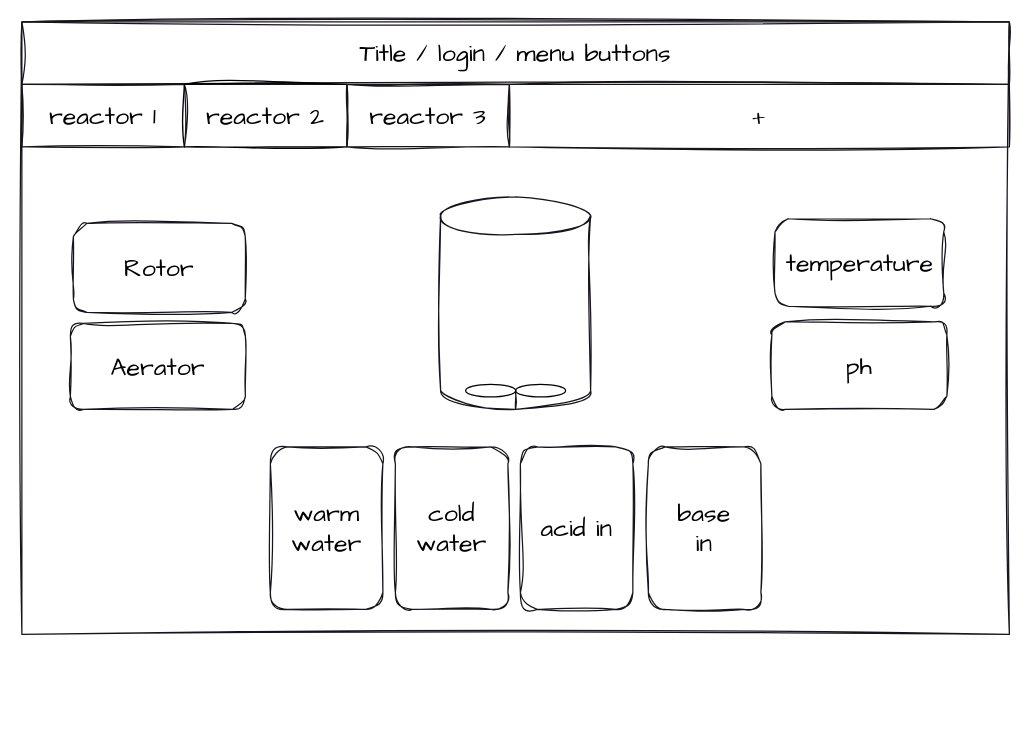
The draw.io diagram blueprints/websiteDesign.drawio in MelcherMate/Bioversee_Webapp, before the edit. Source tidied: cells renumbered, new cells numbered last; positions are measured from the earlier drawing's top-left corner, leaving out a move shared by most shapes. Both pictures are drawn from the tidied source at 125%, with x=0, y=0 at pixel (21, 21).
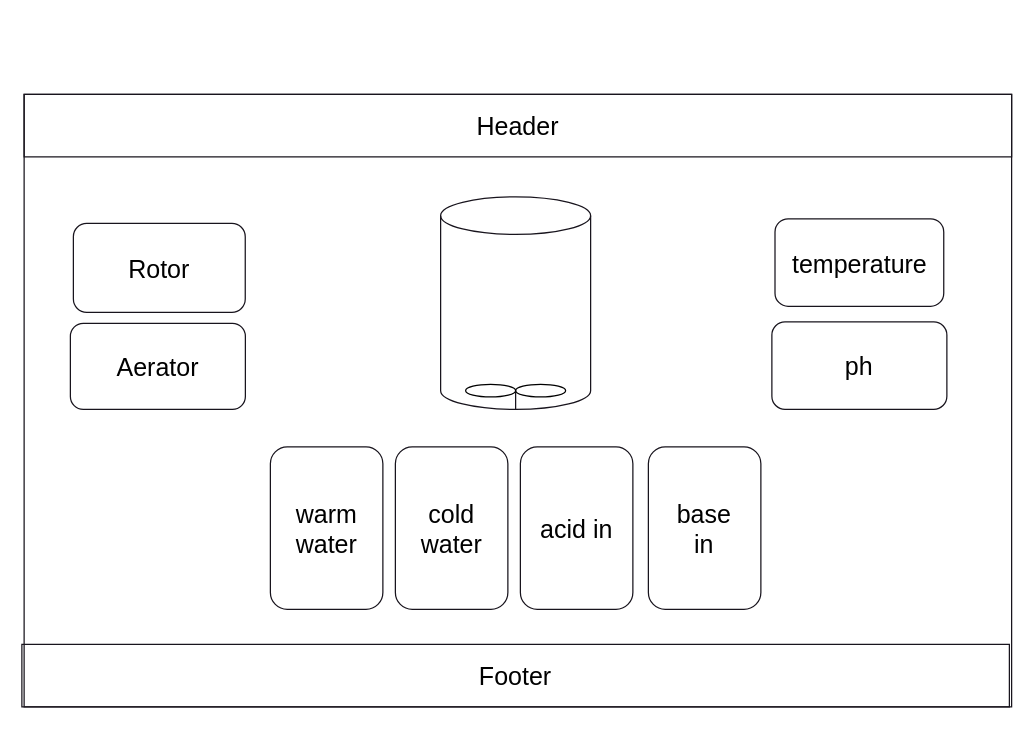
After the change.

Diff of the diagram source:
```diff
@@
-    <mxCell id="2" style="rounded=0;whiteSpace=wrap;html=1;hachureGap=4;fontFamily=Architects Daughter;fontSize=20;glass=0;shadow=0;fillColor=none;strokeColor=#18141d;sketch=1;curveFitting=1;jiggle=2;strokeWidth=1;" parent="1" vertex="1">
-      <mxGeometry width="790" height="490" as="geometry" />
+    <mxCell id="2" style="rounded=0;whiteSpace=wrap;html=1;hachureGap=4;fontFamily=Helvetica;fontSize=20;glass=0;shadow=0;fillColor=none;strokeColor=#18141d;strokeWidth=1;" parent="1" vertex="1">
+      <mxGeometry x="1.8" y="58" width="790" height="490" as="geometry" />
     </mxCell>
-    <mxCell id="3" style="shape=cylinder3;whiteSpace=wrap;html=1;boundedLbl=1;backgroundOutline=1;size=15;hachureGap=4;fontFamily=Architects Daughter;fontSize=20;fillColor=none;strokeColor=#18141d;shadow=0;sketch=1;curveFitting=1;jiggle=2;strokeWidth=1;" parent="1" vertex="1">
+    <mxCell id="3" style="shape=cylinder3;whiteSpace=wrap;html=1;boundedLbl=1;backgroundOutline=1;size=15;hachureGap=4;fontFamily=Helvetica;fontSize=20;fillColor=none;strokeColor=#18141d;shadow=0;strokeWidth=1;" parent="1" vertex="1">
       <mxGeometry x="335" y="140" width="120" height="170" as="geometry" />
     </mxCell>
-    <mxCell id="4" style="rounded=1;whiteSpace=wrap;html=1;hachureGap=4;fontFamily=Architects Daughter;fontSize=20;rotation=270;strokeColor=#18141d;shadow=0;sketch=1;curveFitting=1;jiggle=2;strokeWidth=1;fillColor=none;" parent="1" vertex="1">
+    <mxCell id="4" style="rounded=1;whiteSpace=wrap;html=1;hachureGap=4;fontFamily=Helvetica;fontSize=20;rotation=270;strokeColor=#18141d;shadow=0;strokeWidth=1;fillColor=none;" parent="1" vertex="1">
       <mxGeometry x="178.8" y="360" width="130" height="90" as="geometry" />
     </mxCell>
-    <mxCell id="5" style="rounded=1;whiteSpace=wrap;html=1;hachureGap=4;fontFamily=Architects Daughter;fontSize=20;rotation=270;strokeColor=#18141d;shadow=0;sketch=1;curveFitting=1;jiggle=2;strokeWidth=1;fillColor=none;" parent="1" vertex="1">
+    <mxCell id="5" style="rounded=1;whiteSpace=wrap;html=1;hachureGap=4;fontFamily=Helvetica;fontSize=20;rotation=270;strokeColor=#18141d;shadow=0;strokeWidth=1;fillColor=none;" parent="1" vertex="1">
       <mxGeometry x="278.8" y="360" width="130" height="90" as="geometry" />
     </mxCell>
-    <mxCell id="6" style="rounded=1;whiteSpace=wrap;html=1;hachureGap=4;fontFamily=Architects Daughter;fontSize=20;rotation=270;strokeColor=#18141d;shadow=0;sketch=1;curveFitting=1;jiggle=2;strokeWidth=1;fillColor=none;" parent="1" vertex="1">
+    <mxCell id="6" style="rounded=1;whiteSpace=wrap;html=1;hachureGap=4;fontFamily=Helvetica;fontSize=20;rotation=270;strokeColor=#18141d;shadow=0;strokeWidth=1;fillColor=none;" parent="1" vertex="1">
       <mxGeometry x="378.8" y="360" width="130" height="90" as="geometry" />
     </mxCell>
-    <mxCell id="7" style="rounded=1;whiteSpace=wrap;html=1;hachureGap=4;fontFamily=Architects Daughter;fontSize=20;rotation=270;strokeColor=#18141d;shadow=0;sketch=1;curveFitting=1;jiggle=2;strokeWidth=1;fillColor=none;" parent="1" vertex="1">
+    <mxCell id="7" style="rounded=1;whiteSpace=wrap;html=1;hachureGap=4;fontFamily=Helvetica;fontSize=20;rotation=270;strokeColor=#18141d;shadow=0;strokeWidth=1;fillColor=none;" parent="1" vertex="1">
       <mxGeometry x="481.2" y="360" width="130" height="90" as="geometry" />
     </mxCell>
-    <mxCell id="8" value="&lt;font color=&quot;#000000&quot;&gt;warm water&lt;/font&gt;" style="text;html=1;strokeColor=none;fillColor=none;align=center;verticalAlign=middle;whiteSpace=wrap;rounded=0;hachureGap=4;fontFamily=Architects Daughter;fontSize=20;shadow=0;sketch=1;curveFitting=1;jiggle=2;strokeWidth=1;" parent="1" vertex="1">
+    <mxCell id="8" value="&lt;font color=&quot;#000000&quot;&gt;warm water&lt;/font&gt;" style="text;html=1;strokeColor=none;fillColor=none;align=center;verticalAlign=middle;whiteSpace=wrap;rounded=0;hachureGap=4;fontFamily=Helvetica;fontSize=20;shadow=0;strokeWidth=1;" parent="1" vertex="1">
       <mxGeometry x="213.8" y="390" width="60" height="30" as="geometry" />
     </mxCell>
-    <mxCell id="9" value="&lt;font color=&quot;#000000&quot;&gt;cold water&lt;/font&gt;" style="text;html=1;strokeColor=none;fillColor=none;align=center;verticalAlign=middle;whiteSpace=wrap;rounded=0;hachureGap=4;fontFamily=Architects Daughter;fontSize=20;shadow=0;sketch=1;curveFitting=1;jiggle=2;strokeWidth=1;" parent="1" vertex="1">
+    <mxCell id="9" value="&lt;font color=&quot;#000000&quot;&gt;cold water&lt;/font&gt;" style="text;html=1;strokeColor=none;fillColor=none;align=center;verticalAlign=middle;whiteSpace=wrap;rounded=0;hachureGap=4;fontFamily=Helvetica;fontSize=20;shadow=0;strokeWidth=1;" parent="1" vertex="1">
       <mxGeometry x="313.8" y="390" width="60" height="30" as="geometry" />
     </mxCell>
-    <mxCell id="10" value="&lt;font color=&quot;#000000&quot;&gt;acid in&lt;/font&gt;" style="text;html=1;strokeColor=none;fillColor=none;align=center;verticalAlign=middle;whiteSpace=wrap;rounded=0;hachureGap=4;fontFamily=Architects Daughter;fontSize=20;shadow=0;sketch=1;curveFitting=1;jiggle=2;strokeWidth=1;" parent="1" vertex="1">
+    <mxCell id="10" value="&lt;font color=&quot;#000000&quot;&gt;acid in&lt;/font&gt;" style="text;html=1;strokeColor=none;fillColor=none;align=center;verticalAlign=middle;whiteSpace=wrap;rounded=0;hachureGap=4;fontFamily=Helvetica;fontSize=20;shadow=0;strokeWidth=1;" parent="1" vertex="1">
       <mxGeometry x="413.8" y="390" width="60" height="30" as="geometry" />
     </mxCell>
-    <mxCell id="11" value="&lt;font color=&quot;#000000&quot;&gt;base in&lt;/font&gt;" style="text;html=1;strokeColor=none;fillColor=none;align=center;verticalAlign=middle;whiteSpace=wrap;rounded=0;hachureGap=4;fontFamily=Architects Daughter;fontSize=20;shadow=0;sketch=1;curveFitting=1;jiggle=2;strokeWidth=1;" parent="1" vertex="1">
+    <mxCell id="11" value="&lt;font color=&quot;#000000&quot;&gt;base in&lt;/font&gt;" style="text;html=1;strokeColor=none;fillColor=none;align=center;verticalAlign=middle;whiteSpace=wrap;rounded=0;hachureGap=4;fontFamily=Helvetica;fontSize=20;shadow=0;strokeWidth=1;" parent="1" vertex="1">
       <mxGeometry x="516.2" y="390" width="60" height="30" as="geometry" />
     </mxCell>
-    <mxCell id="12" value="&lt;font color=&quot;#000000&quot;&gt;temperature&lt;/font&gt;" style="rounded=1;whiteSpace=wrap;html=1;hachureGap=4;fontFamily=Architects Daughter;fontSize=20;strokeColor=#18141d;shadow=0;sketch=1;curveFitting=1;jiggle=2;strokeWidth=1;fillColor=none;" parent="1" vertex="1">
+    <mxCell id="12" value="&lt;font color=&quot;#000000&quot;&gt;temperature&lt;/font&gt;" style="rounded=1;whiteSpace=wrap;html=1;hachureGap=4;fontFamily=Helvetica;fontSize=20;strokeColor=#18141d;shadow=0;strokeWidth=1;fillColor=none;" parent="1" vertex="1">
       <mxGeometry x="602.5" y="157.5" width="135" height="70" as="geometry" />
     </mxCell>
-    <mxCell id="13" value="&lt;font color=&quot;#000000&quot;&gt;ph&lt;/font&gt;" style="rounded=1;whiteSpace=wrap;html=1;hachureGap=4;fontFamily=Architects Daughter;fontSize=20;strokeColor=#18141d;shadow=0;sketch=1;curveFitting=1;jiggle=2;strokeWidth=1;fillColor=none;" parent="1" vertex="1">
+    <mxCell id="13" value="&lt;font color=&quot;#000000&quot;&gt;ph&lt;/font&gt;" style="rounded=1;whiteSpace=wrap;html=1;hachureGap=4;fontFamily=Helvetica;fontSize=20;strokeColor=#18141d;shadow=0;strokeWidth=1;fillColor=none;" parent="1" vertex="1">
       <mxGeometry x="600" y="240" width="140" height="70" as="geometry" />
     </mxCell>
-    <mxCell id="14" value="&lt;font color=&quot;#000000&quot;&gt;Rotor&lt;/font&gt;" style="rounded=1;whiteSpace=wrap;html=1;hachureGap=4;fontFamily=Architects Daughter;fontSize=20;strokeColor=#18141d;shadow=0;sketch=1;curveFitting=1;jiggle=2;strokeWidth=1;fillColor=none;" parent="1" vertex="1">
+    <mxCell id="14" value="&lt;font color=&quot;#000000&quot;&gt;Rotor&lt;/font&gt;" style="rounded=1;whiteSpace=wrap;html=1;hachureGap=4;fontFamily=Helvetica;fontSize=20;strokeColor=#18141d;shadow=0;strokeWidth=1;fillColor=none;" parent="1" vertex="1">
       <mxGeometry x="41.2" y="161.2" width="137.5" height="71.2" as="geometry" />
     </mxCell>
-    <mxCell id="15" value="&lt;font color=&quot;#000000&quot;&gt;Aerator&lt;/font&gt;" style="rounded=1;whiteSpace=wrap;html=1;hachureGap=4;fontFamily=Architects Daughter;fontSize=20;strokeColor=#18141d;shadow=0;sketch=1;curveFitting=1;jiggle=2;strokeWidth=1;fillColor=none;" parent="1" vertex="1">
+    <mxCell id="15" value="&lt;font color=&quot;#000000&quot;&gt;Aerator&lt;/font&gt;" style="rounded=1;whiteSpace=wrap;html=1;hachureGap=4;fontFamily=Helvetica;fontSize=20;strokeColor=#18141d;shadow=0;strokeWidth=1;fillColor=none;" parent="1" vertex="1">
       <mxGeometry x="38.8" y="241.2" width="140" height="68.8" as="geometry" />
     </mxCell>
-    <mxCell id="16" value="&lt;font color=&quot;#000000&quot;&gt;Title / login / menu buttons&lt;/font&gt;" style="rounded=0;whiteSpace=wrap;html=1;hachureGap=4;fontFamily=Architects Daughter;fontSize=20;strokeColor=#18141d;shadow=0;sketch=1;curveFitting=1;jiggle=2;strokeWidth=1;fillColor=none;" parent="1" vertex="1">
-      <mxGeometry width="790" height="50" as="geometry" />
+    <mxCell id="16" value="&lt;font color=&quot;#000000&quot;&gt;Header&lt;/font&gt;" style="rounded=0;whiteSpace=wrap;html=1;hachureGap=4;fontFamily=Helvetica;fontSize=20;strokeColor=#18141d;shadow=0;strokeWidth=1;fillColor=none;" parent="1" vertex="1">
+      <mxGeometry x="1.8" y="58" width="790" height="50" as="geometry" />
     </mxCell>
-    <mxCell id="17" value="&lt;font color=&quot;#000000&quot;&gt;reactor 1&lt;/font&gt;" style="rounded=0;whiteSpace=wrap;html=1;hachureGap=4;fontFamily=Architects Daughter;fontSize=20;strokeColor=#18141d;shadow=0;sketch=1;curveFitting=1;jiggle=2;strokeWidth=1;fillColor=none;" parent="1" vertex="1">
-      <mxGeometry y="50" width="130" height="50" as="geometry" />
-    </mxCell>
-    <mxCell id="18" value="&lt;font color=&quot;#000000&quot;&gt;reactor 2&lt;/font&gt;" style="rounded=0;whiteSpace=wrap;html=1;hachureGap=4;fontFamily=Architects Daughter;fontSize=20;strokeColor=#000000;shadow=0;sketch=1;curveFitting=1;jiggle=2;strokeWidth=1;fillColor=none;" parent="1" vertex="1">
-      <mxGeometry x="130" y="50" width="130" height="50" as="geometry" />
-    </mxCell>
-    <mxCell id="19" value="&lt;font color=&quot;#000000&quot;&gt;reactor 3&lt;/font&gt;" style="rounded=0;whiteSpace=wrap;html=1;hachureGap=4;fontFamily=Architects Daughter;fontSize=20;strokeColor=#18141d;shadow=0;sketch=1;curveFitting=1;jiggle=2;strokeWidth=1;fillColor=none;" parent="1" vertex="1">
-      <mxGeometry x="260" y="50" width="130" height="50" as="geometry" />
-    </mxCell>
-    <mxCell id="20" value="+" style="rounded=0;whiteSpace=wrap;html=1;hachureGap=4;fontFamily=Architects Daughter;fontSize=20;strokeColor=#18141d;shadow=0;sketch=1;curveFitting=1;jiggle=2;strokeWidth=1;fillColor=none;" parent="1" vertex="1">
-      <mxGeometry x="390" y="50" width="400" height="50" as="geometry" />
-    </mxCell>
-    <mxCell id="21" style="ellipse;whiteSpace=wrap;html=1;hachureGap=4;strokeColor=#000000;fontFamily=Architects Daughter;fontSize=20;fontColor=#000000;fillColor=none;" parent="1" vertex="1">
+    <mxCell id="21" style="ellipse;whiteSpace=wrap;html=1;hachureGap=4;strokeColor=#000000;fontFamily=Helvetica;fontSize=20;fontColor=#000000;fillColor=none;" parent="1" vertex="1">
       <mxGeometry x="355" y="290" width="40" height="10" as="geometry" />
     </mxCell>
-    <mxCell id="22" style="edgeStyle=none;sketch=1;hachureGap=4;jiggle=2;curveFitting=1;html=1;exitX=0;exitY=0.5;exitDx=0;exitDy=0;entryX=0.5;entryY=1;entryDx=0;entryDy=0;entryPerimeter=0;shadow=0;strokeColor=#18141d;strokeWidth=1;fontFamily=Architects Daughter;fontSize=20;fontColor=#000000;endArrow=none;endFill=0;" parent="1" edge="1" source="23" target="3">
+    <mxCell id="22" style="edgeStyle=none;hachureGap=4;html=1;exitX=0;exitY=0.5;exitDx=0;exitDy=0;entryX=0.5;entryY=1;entryDx=0;entryDy=0;entryPerimeter=0;shadow=0;strokeColor=#18141d;strokeWidth=1;fontFamily=Helvetica;fontSize=20;fontColor=#000000;endArrow=none;endFill=0;" parent="1" edge="1" source="23" target="3">
       <mxGeometry relative="1" as="geometry" />
     </mxCell>
-    <mxCell id="23" style="ellipse;whiteSpace=wrap;html=1;hachureGap=4;strokeColor=#000000;fontFamily=Architects Daughter;fontSize=20;fontColor=#000000;fillColor=none;" parent="1" vertex="1">
+    <mxCell id="23" style="ellipse;whiteSpace=wrap;html=1;hachureGap=4;strokeColor=#000000;fontFamily=Helvetica;fontSize=20;fontColor=#000000;fillColor=none;" parent="1" vertex="1">
       <mxGeometry x="395" y="290" width="40" height="10" as="geometry" />
     </mxCell>
+    <mxCell id="24" value="&lt;font color=&quot;#000000&quot;&gt;Footer&lt;/font&gt;" style="rounded=0;whiteSpace=wrap;html=1;hachureGap=4;fontFamily=Helvetica;fontSize=20;strokeColor=#18141d;shadow=0;strokeWidth=1;fillColor=none;" parent="1" vertex="1">
+      <mxGeometry y="498" width="790" height="50" as="geometry" />
+    </mxCell>
```
